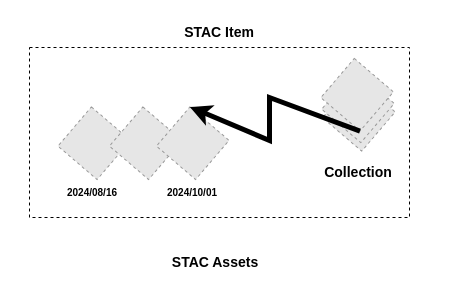
davidoesch/satromo-dev keeps this draw.io diagram as codegallery/img/stac/stac-item.drawio. Above is the earlier version. Source tidied: cells renumbered, new cells numbered last; positions are measured from the earlier drawing's top-left corner, leaving out a move shared by most shapes. Both pictures are drawn from the tidied source at 100%, with x=0, y=0 at pixel (16, 17). Pictures stored in the file or linked from it are replaced by grey dashed boxes.
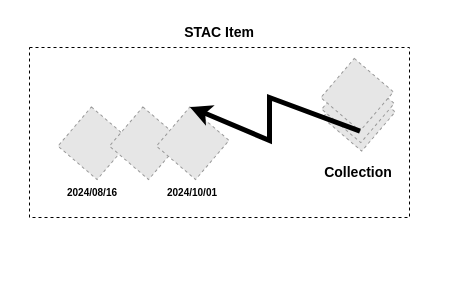
Above is the later version.

What changed in the source:
```diff
@@
 <mxGraphModel>
   <root>
     <mxCell id="0" />
     <mxCell id="1" parent="0" />
     <mxCell id="2" style="rounded=0;whiteSpace=wrap;html=1;dashed=1;" parent="1" vertex="1">
       <mxGeometry x="13" y="30" width="380" height="170" as="geometry" />
     </mxCell>
     <mxCell id="3" value="&lt;div&gt;&lt;font style=&quot;font-size: 14px;&quot;&gt;&lt;b&gt;Collection&lt;/b&gt;&lt;/font&gt;&lt;/div&gt;" style="text;html=1;align=center;verticalAlign=middle;whiteSpace=wrap;rounded=0;" parent="1" vertex="1">
       <mxGeometry x="267" y="140" width="150" height="30" as="geometry" />
     </mxCell>
     <mxCell id="4" style="group;rotation=20.5;" parent="1" vertex="1">
       <mxGeometry x="307" y="40" width="79" height="99" as="geometry" />
     </mxCell>
     <mxCell id="5" style="fillColor=#E6E6E6;strokeColor=#999999;dashed=1;verticalLabelPosition=bottom;labelBackgroundColor=default;verticalAlign=top;rotation=40.5;" parent="4" vertex="1">
       <mxGeometry x="9.6" y="31.6" width="51.5" height="51.5" as="geometry" />
     </mxCell>
     <mxCell id="6" style="fillColor=#E6E6E6;strokeColor=#999999;dashed=1;verticalLabelPosition=bottom;labelBackgroundColor=default;verticalAlign=top;rotation=40.5;" parent="4" vertex="1">
       <mxGeometry x="8.7" y="23.1" width="51.5" height="51.5" as="geometry" />
     </mxCell>
     <mxCell id="7" style="fillColor=#E6E6E6;strokeColor=#999999;dashed=1;verticalLabelPosition=bottom;labelBackgroundColor=default;verticalAlign=top;rotation=40.5;" parent="4" vertex="1">
       <mxGeometry x="7.9" y="11.5" width="51.5" height="51.5" as="geometry" />
     </mxCell>
     <mxCell id="8" style="fillColor=#E6E6E6;strokeColor=#999999;dashed=1;verticalLabelPosition=bottom;labelBackgroundColor=default;verticalAlign=top;rotation=40.5;" parent="1" vertex="1">
       <mxGeometry x="52" y="100" width="51.5" height="51.5" as="geometry" />
     </mxCell>
     <mxCell id="9" style="fillColor=#E6E6E6;strokeColor=#999999;dashed=1;verticalLabelPosition=bottom;labelBackgroundColor=default;verticalAlign=top;rotation=40.5;" parent="1" vertex="1">
       <mxGeometry x="103.5" y="100" width="51.5" height="51.5" as="geometry" />
     </mxCell>
     <mxCell id="10" style="fillColor=#E6E6E6;strokeColor=#999999;dashed=1;verticalLabelPosition=bottom;labelBackgroundColor=default;verticalAlign=top;rotation=40.5;" parent="1" vertex="1">
       <mxGeometry x="150.5" y="100" width="51.5" height="51.5" as="geometry" />
     </mxCell>
     <mxCell id="11" value="&lt;b style=&quot;font-size: 10px;&quot;&gt;2024/08/16&lt;/b&gt;" style="text;html=1;align=center;verticalAlign=middle;whiteSpace=wrap;rounded=0;" parent="1" vertex="1">
       <mxGeometry x="0.5" y="160" width="150" height="30" as="geometry" />
     </mxCell>
     <mxCell id="12" value="&lt;b style=&quot;font-size: 10px;&quot;&gt;2024/10/01&lt;/b&gt;" style="text;html=1;align=center;verticalAlign=middle;whiteSpace=wrap;rounded=0;" parent="1" vertex="1">
       <mxGeometry x="101.2" y="160" width="150" height="30" as="geometry" />
     </mxCell>
     <mxCell id="13" value="&lt;font style=&quot;font-size: 14px;&quot;&gt;&lt;b&gt;STAC Item&lt;/b&gt;&lt;/font&gt;" style="text;html=1;align=center;verticalAlign=middle;whiteSpace=wrap;rounded=0;" parent="1" vertex="1">
       <mxGeometry x="128" width="150" height="30" as="geometry" />
     </mxCell>
     <mxCell id="14" style="endArrow=classic;html=1;rounded=0;strokeWidth=5;entryX=0;entryY=0;entryDx=0;entryDy=0;exitX=1;exitY=1;exitDx=0;exitDy=0;" parent="1" edge="1" source="7" target="10">
       <mxGeometry relative="1" as="geometry">
         <Array as="points">
           <mxPoint x="253" y="80" />
           <mxPoint x="253" y="123" />
         </Array>
       </mxGeometry>
     </mxCell>
-    <mxCell id="15" value="&lt;font style=&quot;font-size: 14px;&quot;&gt;&lt;b&gt;STAC Assets&lt;/b&gt;&lt;/font&gt;" style="text;html=1;align=center;verticalAlign=middle;whiteSpace=wrap;rounded=0;" parent="1" vertex="1">
-      <mxGeometry x="124" y="230" width="150" height="30" as="geometry" />
-    </mxCell>
   </root>
 </mxGraphModel>
```
